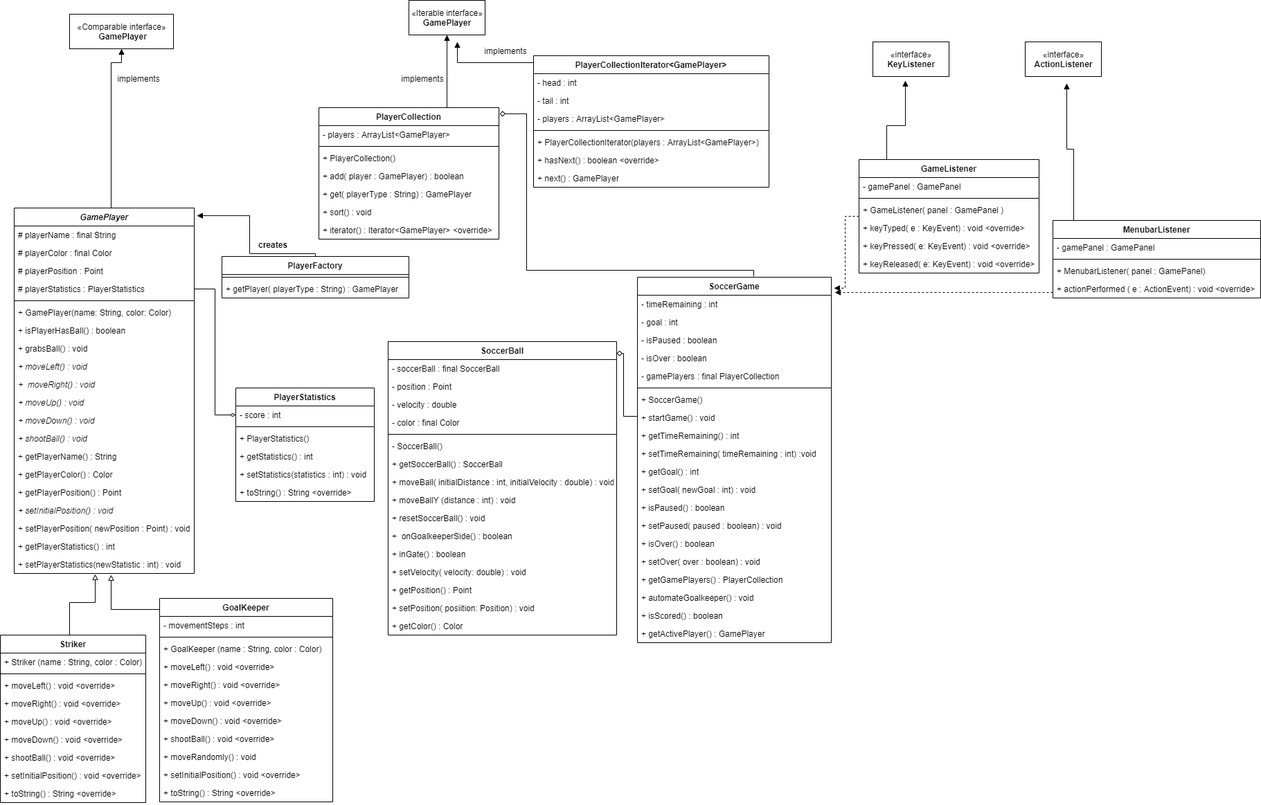
Earlier version of the draw.io export UML-Class-Diagram/miniSoccerGame-uml.drawio.png (kim-boho/MiniSoccorGame-3311-Project2-). Source tidied: cells renumbered, new cells last; positions are measured from the earlier drawing's top-left corner, leaving out a move shared by most shapes.
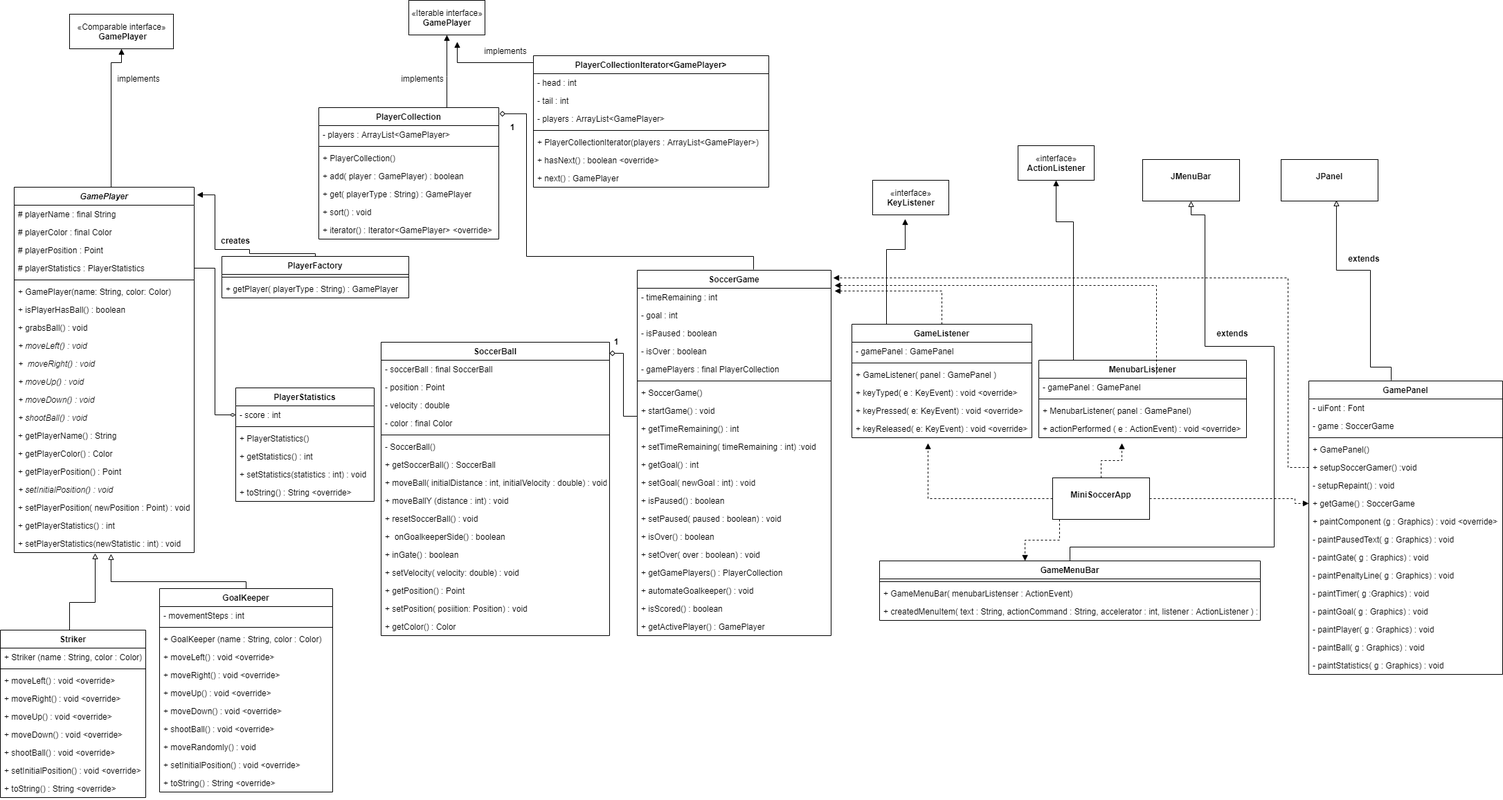
Above is the later version.

Commit message:
updated class diagram

Change to the diagram source:
```diff
@@ -13,3 +13,3 @@
     <mxCell id="3" value="GamePlayer" style="swimlane;fontStyle=3;align=center;verticalAlign=top;horizontal=1;startSize=26;" parent="1" vertex="1">
-      <mxGeometry x="20" y="300" width="260" height="528" as="geometry" />
+      <mxGeometry x="20" y="270" width="260" height="528" as="geometry" />
     </mxCell>
@@ -75,7 +75,7 @@
     </mxCell>
-    <mxCell id="24" style="edgeStyle=orthogonalEdgeStyle;rounded=0;jettySize=auto;html=1;startArrow=none;startFill=0;endArrow=block;endFill=0;" parent="1" edge="1" source="25">
+    <mxCell id="24" style="edgeStyle=orthogonalEdgeStyle;rounded=0;jettySize=auto;html=1;startArrow=none;startFill=0;endArrow=block;endFill=0;entryX=0.538;entryY=1.077;entryDx=0;entryDy=0;entryPerimeter=0;" parent="1" edge="1" source="25" target="23">
       <mxGeometry relative="1" as="geometry">
-        <mxPoint x="160" y="830" as="targetPoint" />
         <Array as="points">
-          <mxPoint x="160" y="880" />
+          <mxPoint x="355" y="840" />
+          <mxPoint x="160" y="840" />
         </Array>
@@ -84,3 +84,3 @@
     <mxCell id="25" value="GoalKeeper" style="swimlane;fontStyle=1;align=center;verticalAlign=top;horizontal=1;startSize=26;" parent="1" vertex="1">
-      <mxGeometry x="230" y="864" width="250" height="294" as="geometry" />
+      <mxGeometry x="230" y="850" width="250" height="294" as="geometry" />
     </mxCell>
@@ -128,3 +128,3 @@
     <mxCell id="38" value="Striker" style="swimlane;fontStyle=1;align=center;verticalAlign=top;horizontal=1;startSize=26;" parent="1" vertex="1">
-      <mxGeometry y="917" width="210" height="242" as="geometry" />
+      <mxGeometry y="910" width="210" height="242" as="geometry" />
     </mxCell>
@@ -237,4 +237,7 @@
         <Array as="points">
+          <mxPoint x="455" y="366" />
           <mxPoint x="360" y="366" />
-          <mxPoint x="360" y="311" />
+          <mxPoint x="360" y="360" />
+          <mxPoint x="310" y="360" />
+          <mxPoint x="310" y="281" />
         </Array>
@@ -252,3 +255,3 @@
     <mxCell id="74" value="creates" style="text;align=center;fontStyle=1;verticalAlign=middle;spacingLeft=3;spacingRight=3;strokeColor=none;" parent="1" vertex="1">
-      <mxGeometry x="354" y="340" width="80" height="26" as="geometry" />
+      <mxGeometry x="300" y="334" width="80" height="26" as="geometry" />
     </mxCell>
@@ -276,3 +279,3 @@
     <mxCell id="82" value="SoccerBall" style="swimlane;fontStyle=1;align=center;verticalAlign=top;horizontal=1;startSize=26;" parent="1" vertex="1">
-      <mxGeometry x="560" y="493" width="330" height="424" as="geometry" />
+      <mxGeometry x="550" y="494" width="330" height="424" as="geometry" />
     </mxCell>
@@ -329,4 +332,4 @@
         <Array as="points">
-          <mxPoint x="1088" y="390" />
-          <mxPoint x="760" y="390" />
+          <mxPoint x="1088" y="370" />
+          <mxPoint x="760" y="370" />
           <mxPoint x="760" y="164" />
@@ -336,3 +339,3 @@
     <mxCell id="100" value="SoccerGame" style="swimlane;fontStyle=1;align=center;verticalAlign=top;horizontal=1;startSize=26;" parent="1" vertex="1">
-      <mxGeometry x="920" y="400" width="280" height="528" as="geometry" />
+      <mxGeometry x="920" y="390" width="280" height="528" as="geometry" />
     </mxCell>
@@ -401,5 +404,4 @@
     </mxCell>
-    <mxCell id="122" style="edgeStyle=orthogonalEdgeStyle;rounded=0;jettySize=auto;html=1;exitX=0;exitY=0.5;exitDx=0;exitDy=0;startArrow=none;startFill=0;endArrow=diamond;endFill=0;" parent="1" edge="1" source="108">
+    <mxCell id="122" style="edgeStyle=orthogonalEdgeStyle;rounded=0;jettySize=auto;html=1;exitX=0;exitY=0.5;exitDx=0;exitDy=0;startArrow=none;startFill=0;endArrow=diamond;endFill=0;" parent="1" edge="1" source="108" target="82">
       <mxGeometry relative="1" as="geometry">
-        <mxPoint x="890" y="510" as="targetPoint" />
         <Array as="points">
@@ -414,7 +416,8 @@
     </mxCell>
-    <mxCell id="124" style="edgeStyle=orthogonalEdgeStyle;rounded=0;jettySize=auto;html=1;entryX=0.427;entryY=1.12;entryDx=0;entryDy=0;entryPerimeter=0;startArrow=none;startFill=0;endArrow=block;endFill=1;" parent="1" edge="1" source="126" target="133">
+    <mxCell id="124" style="edgeStyle=orthogonalEdgeStyle;rounded=0;jettySize=auto;html=1;entryX=0.427;entryY=1.12;entryDx=0;entryDy=0;entryPerimeter=0;startArrow=none;startFill=0;endArrow=block;endFill=1;exitX=0.25;exitY=0;exitDx=0;exitDy=0;" parent="1" edge="1" source="126" target="133">
       <mxGeometry relative="1" as="geometry">
         <Array as="points">
-          <mxPoint x="1280" y="181" />
-          <mxPoint x="1307" y="181" />
+          <mxPoint x="1280" y="468" />
+          <mxPoint x="1280" y="360" />
+          <mxPoint x="1307" y="360" />
         </Array>
@@ -422,7 +425,6 @@
     </mxCell>
-    <mxCell id="125" style="edgeStyle=orthogonalEdgeStyle;rounded=0;jettySize=auto;html=1;entryX=1.014;entryY=0.03;entryDx=0;entryDy=0;entryPerimeter=0;startArrow=none;startFill=0;endArrow=block;endFill=1;dashed=1;" parent="1" edge="1" source="126" target="100">
+    <mxCell id="125" style="edgeStyle=orthogonalEdgeStyle;rounded=0;jettySize=auto;html=1;startArrow=none;startFill=0;endArrow=block;endFill=1;dashed=1;entryX=1.018;entryY=0.154;entryDx=0;entryDy=0;entryPerimeter=0;" parent="1" edge="1" source="126" target="101">
       <mxGeometry relative="1" as="geometry">
         <Array as="points">
-          <mxPoint x="1220" y="312" />
-          <mxPoint x="1220" y="416" />
+          <mxPoint x="1360" y="420" />
         </Array>
@@ -431,3 +433,3 @@
     <mxCell id="126" value="GameListener" style="swimlane;fontStyle=1;align=center;verticalAlign=top;horizontal=1;startSize=26;" parent="1" vertex="1">
-      <mxGeometry x="1240" y="230" width="260" height="164" as="geometry" />
+      <mxGeometry x="1230" y="468" width="260" height="164" as="geometry" />
     </mxCell>
@@ -452,13 +454,12 @@
     <mxCell id="133" value="«interface»&lt;br&gt;&lt;b&gt;KeyListener&lt;/b&gt;" style="html=1;" parent="1" vertex="1">
-      <mxGeometry x="1260" y="60" width="110" height="50" as="geometry" />
+      <mxGeometry x="1260" y="260" width="110" height="50" as="geometry" />
     </mxCell>
     <mxCell id="134" value="«interface»&lt;br&gt;&lt;b&gt;ActionListener&lt;/b&gt;" style="html=1;" parent="1" vertex="1">
-      <mxGeometry x="1480" y="60" width="110" height="50" as="geometry" />
+      <mxGeometry x="1470" y="210" width="110" height="50" as="geometry" />
     </mxCell>
-    <mxCell id="135" style="edgeStyle=orthogonalEdgeStyle;rounded=0;jettySize=auto;html=1;startArrow=none;startFill=0;endArrow=block;endFill=1;" parent="1" edge="1" source="136">
+    <mxCell id="135" style="edgeStyle=orthogonalEdgeStyle;rounded=0;jettySize=auto;html=1;startArrow=none;startFill=0;endArrow=block;endFill=1;entryX=0.5;entryY=1;entryDx=0;entryDy=0;" parent="1" edge="1" source="136" target="134">
       <mxGeometry relative="1" as="geometry">
-        <mxPoint x="1540" y="120" as="targetPoint" />
         <Array as="points">
-          <mxPoint x="1550" y="215" />
-          <mxPoint x="1540" y="215" />
+          <mxPoint x="1550" y="320" />
+          <mxPoint x="1525" y="320" />
         </Array>
@@ -467,3 +468,3 @@
     <mxCell id="136" value="MenubarListener" style="swimlane;fontStyle=1;align=center;verticalAlign=top;horizontal=1;startSize=26;" parent="1" vertex="1">
-      <mxGeometry x="1520" y="318" width="300" height="112" as="geometry" />
+      <mxGeometry x="1500" y="520" width="300" height="112" as="geometry" />
     </mxCell>
@@ -481,7 +482,8 @@
     </mxCell>
-    <mxCell id="141" style="edgeStyle=orthogonalEdgeStyle;rounded=0;jettySize=auto;html=1;entryX=1.018;entryY=-0.154;entryDx=0;entryDy=0;entryPerimeter=0;startArrow=none;startFill=0;endArrow=block;endFill=1;dashed=1;" parent="1" edge="1" source="140" target="101">
+    <mxCell id="141" style="edgeStyle=orthogonalEdgeStyle;rounded=0;jettySize=auto;html=1;entryX=1.018;entryY=-0.154;entryDx=0;entryDy=0;entryPerimeter=0;startArrow=none;startFill=0;endArrow=block;endFill=1;dashed=1;" parent="1" edge="1" target="101">
       <mxGeometry relative="1" as="geometry">
+        <mxPoint x="1670" y="540" as="sourcePoint" />
         <Array as="points">
-          <mxPoint x="1440" y="422" />
-          <mxPoint x="1440" y="422" />
+          <mxPoint x="1360" y="412" />
+          <mxPoint x="1360" y="412" />
         </Array>
@@ -489,2 +491,141 @@
     </mxCell>
+    <mxCell id="142" style="edgeStyle=orthogonalEdgeStyle;rounded=0;jettySize=auto;html=1;endArrow=block;endFill=0;entryX=0.5;entryY=1;entryDx=0;entryDy=0;" parent="1" edge="1" source="143" target="166">
+      <mxGeometry relative="1" as="geometry">
+        <Array as="points">
+          <mxPoint x="1545" y="790" />
+          <mxPoint x="1840" y="790" />
+          <mxPoint x="1840" y="500" />
+          <mxPoint x="1740" y="500" />
+          <mxPoint x="1740" y="310" />
+          <mxPoint x="1720" y="310" />
+        </Array>
+      </mxGeometry>
+    </mxCell>
+    <mxCell id="143" value="GameMenuBar" style="swimlane;fontStyle=1;align=center;verticalAlign=top;horizontal=1;startSize=26;" parent="1" vertex="1">
+      <mxGeometry x="1270" y="810" width="550" height="86" as="geometry" />
+    </mxCell>
+    <mxCell id="144" style="line;strokeWidth=1;fillColor=none;align=left;verticalAlign=middle;spacingTop=-1;spacingLeft=3;spacingRight=3;labelPosition=right;" parent="143" vertex="1">
+      <mxGeometry y="26" width="550" height="8" as="geometry" />
+    </mxCell>
+    <mxCell id="145" value="+ GameMenuBar( menubarListenser : ActionEvent)" style="text;strokeColor=none;fillColor=none;align=left;verticalAlign=top;spacingLeft=4;spacingRight=4;overflow=hidden;" parent="143" vertex="1">
+      <mxGeometry y="34" width="550" height="26" as="geometry" />
+    </mxCell>
+    <mxCell id="146" value="+ createdMenuItem( text : String, actionCommand : String, accelerator : int, listener : ActionListener ) : JMenuItem" style="text;strokeColor=none;fillColor=none;align=left;verticalAlign=top;spacingLeft=4;spacingRight=4;overflow=hidden;" parent="143" vertex="1">
+      <mxGeometry y="60" width="550" height="26" as="geometry" />
+    </mxCell>
+    <mxCell id="147" style="edgeStyle=orthogonalEdgeStyle;rounded=0;jettySize=auto;html=1;endArrow=block;endFill=0;entryX=0.571;entryY=0.983;entryDx=0;entryDy=0;entryPerimeter=0;exitX=0.425;exitY=-0.002;exitDx=0;exitDy=0;exitPerimeter=0;" parent="1" edge="1" source="148" target="165">
+      <mxGeometry relative="1" as="geometry">
+        <Array as="points">
+          <mxPoint x="2009" y="530" />
+          <mxPoint x="1979" y="530" />
+          <mxPoint x="1979" y="390" />
+          <mxPoint x="1930" y="390" />
+        </Array>
+      </mxGeometry>
+    </mxCell>
+    <mxCell id="148" value="GamePanel" style="swimlane;fontStyle=1;align=center;verticalAlign=top;horizontal=1;startSize=26;" parent="1" vertex="1">
+      <mxGeometry x="1890" y="550" width="280" height="424" as="geometry" />
+    </mxCell>
+    <mxCell id="149" value="- uiFont : Font" style="text;strokeColor=none;fillColor=none;align=left;verticalAlign=top;spacingLeft=4;spacingRight=4;overflow=hidden;" parent="148" vertex="1">
+      <mxGeometry y="26" width="280" height="26" as="geometry" />
+    </mxCell>
+    <mxCell id="150" value="- game : SoccerGame" style="text;strokeColor=none;fillColor=none;align=left;verticalAlign=top;spacingLeft=4;spacingRight=4;overflow=hidden;" parent="148" vertex="1">
+      <mxGeometry y="52" width="280" height="26" as="geometry" />
+    </mxCell>
+    <mxCell id="151" style="line;strokeWidth=1;fillColor=none;align=left;verticalAlign=middle;spacingTop=-1;spacingLeft=3;spacingRight=3;labelPosition=right;" parent="148" vertex="1">
+      <mxGeometry y="78" width="280" height="8" as="geometry" />
+    </mxCell>
+    <mxCell id="152" value="+ GamePanel()" style="text;strokeColor=none;fillColor=none;align=left;verticalAlign=top;spacingLeft=4;spacingRight=4;overflow=hidden;" parent="148" vertex="1">
+      <mxGeometry y="86" width="280" height="26" as="geometry" />
+    </mxCell>
+    <mxCell id="153" value="+ setupSoccerGamer() :void" style="text;strokeColor=none;fillColor=none;align=left;verticalAlign=top;spacingLeft=4;spacingRight=4;overflow=hidden;points=[[0,0.5],[1,0.5]];portConstraint=eastwest;" parent="148" vertex="1">
+      <mxGeometry y="112" width="280" height="26" as="geometry" />
+    </mxCell>
+    <mxCell id="154" value="- setupRepaint() : void" style="text;strokeColor=none;fillColor=none;align=left;verticalAlign=top;spacingLeft=4;spacingRight=4;overflow=hidden;" parent="148" vertex="1">
+      <mxGeometry y="138" width="280" height="26" as="geometry" />
+    </mxCell>
+    <mxCell id="155" value="+ getGame() : SoccerGame" style="text;strokeColor=none;fillColor=none;align=left;verticalAlign=top;spacingLeft=4;spacingRight=4;overflow=hidden;points=[[0,0.5],[1,0.5]];portConstraint=eastwest;" parent="148" vertex="1">
+      <mxGeometry y="164" width="280" height="26" as="geometry" />
+    </mxCell>
+    <mxCell id="156" value="+ paintComponent (g : Graphics) : void &lt;override&gt;" style="text;strokeColor=none;fillColor=none;align=left;verticalAlign=top;spacingLeft=4;spacingRight=4;overflow=hidden;" parent="148" vertex="1">
+      <mxGeometry y="190" width="280" height="26" as="geometry" />
+    </mxCell>
+    <mxCell id="157" value="- paintPausedText( g : Graphics) : void" style="text;strokeColor=none;fillColor=none;align=left;verticalAlign=top;spacingLeft=4;spacingRight=4;overflow=hidden;" parent="148" vertex="1">
+      <mxGeometry y="216" width="280" height="26" as="geometry" />
+    </mxCell>
+    <mxCell id="158" value="- paintGate( g : Graphics) : void" style="text;strokeColor=none;fillColor=none;align=left;verticalAlign=top;spacingLeft=4;spacingRight=4;overflow=hidden;" parent="148" vertex="1">
+      <mxGeometry y="242" width="280" height="26" as="geometry" />
+    </mxCell>
+    <mxCell id="159" value="- paintPenaltyLine( g : Graphics) : void" style="text;strokeColor=none;fillColor=none;align=left;verticalAlign=top;spacingLeft=4;spacingRight=4;overflow=hidden;" parent="148" vertex="1">
+      <mxGeometry y="268" width="280" height="26" as="geometry" />
+    </mxCell>
+    <mxCell id="160" value="- paintTimer( g :Graphics) : void" style="text;strokeColor=none;fillColor=none;align=left;verticalAlign=top;spacingLeft=4;spacingRight=4;overflow=hidden;" parent="148" vertex="1">
+      <mxGeometry y="294" width="280" height="26" as="geometry" />
+    </mxCell>
+    <mxCell id="161" value="- paintGoal( g : Graphics) : void" style="text;strokeColor=none;fillColor=none;align=left;verticalAlign=top;spacingLeft=4;spacingRight=4;overflow=hidden;" parent="148" vertex="1">
+      <mxGeometry y="320" width="280" height="26" as="geometry" />
+    </mxCell>
+    <mxCell id="162" value="- paintPlayer( g : Graphics) : void" style="text;strokeColor=none;fillColor=none;align=left;verticalAlign=top;spacingLeft=4;spacingRight=4;overflow=hidden;" parent="148" vertex="1">
+      <mxGeometry y="346" width="280" height="26" as="geometry" />
+    </mxCell>
+    <mxCell id="163" value="- paintBall( g : Graphics) : void" style="text;strokeColor=none;fillColor=none;align=left;verticalAlign=top;spacingLeft=4;spacingRight=4;overflow=hidden;" parent="148" vertex="1">
+      <mxGeometry y="372" width="280" height="26" as="geometry" />
+    </mxCell>
+    <mxCell id="164" value="- paintStatistics( g : Graphics) : void" style="text;strokeColor=none;fillColor=none;align=left;verticalAlign=top;spacingLeft=4;spacingRight=4;overflow=hidden;" parent="148" vertex="1">
+      <mxGeometry y="398" width="280" height="26" as="geometry" />
+    </mxCell>
+    <mxCell id="165" value="&lt;p style=&quot;margin: 0px ; margin-top: 4px ; text-align: center&quot;&gt;&lt;br&gt;&lt;b&gt;JPanel&lt;/b&gt;&lt;/p&gt;" style="verticalAlign=top;align=left;overflow=fill;fontSize=12;fontFamily=Helvetica;html=1;" parent="1" vertex="1">
+      <mxGeometry x="1850" y="230" width="140" height="60" as="geometry" />
+    </mxCell>
+    <mxCell id="166" value="&lt;p style=&quot;margin: 0px ; margin-top: 4px ; text-align: center&quot;&gt;&lt;br&gt;&lt;b&gt;JMenuBar&lt;/b&gt;&lt;/p&gt;" style="verticalAlign=top;align=left;overflow=fill;fontSize=12;fontFamily=Helvetica;html=1;" parent="1" vertex="1">
+      <mxGeometry x="1650" y="230" width="140" height="60" as="geometry" />
+    </mxCell>
+    <mxCell id="167" value="extends" style="text;align=center;fontStyle=1;verticalAlign=middle;spacingLeft=3;spacingRight=3;strokeColor=none;" parent="1" vertex="1">
+      <mxGeometry x="1930" y="360" width="80" height="26" as="geometry" />
+    </mxCell>
+    <mxCell id="168" value="extends" style="text;align=center;fontStyle=1;verticalAlign=middle;spacingLeft=3;spacingRight=3;strokeColor=none;" parent="1" vertex="1">
+      <mxGeometry x="1740" y="468" width="80" height="26" as="geometry" />
+    </mxCell>
+    <mxCell id="169" style="edgeStyle=orthogonalEdgeStyle;rounded=0;jettySize=auto;html=1;endArrow=block;endFill=1;dashed=1;entryX=1.011;entryY=0.021;entryDx=0;entryDy=0;entryPerimeter=0;exitX=0;exitY=0.5;exitDx=0;exitDy=0;" parent="1" edge="1" source="153" target="100">
+      <mxGeometry relative="1" as="geometry">
+        <Array as="points">
+          <mxPoint x="1860" y="401" />
+        </Array>
+      </mxGeometry>
+    </mxCell>
+    <mxCell id="170" style="edgeStyle=orthogonalEdgeStyle;rounded=0;jettySize=auto;html=1;entryX=0;entryY=0.5;entryDx=0;entryDy=0;dashed=1;endArrow=block;endFill=1;" parent="1" edge="1" source="174" target="155">
+      <mxGeometry relative="1" as="geometry">
+        <Array as="points">
+          <mxPoint x="1870" y="720" />
+          <mxPoint x="1870" y="727" />
+        </Array>
+      </mxGeometry>
+    </mxCell>
+    <mxCell id="171" style="edgeStyle=orthogonalEdgeStyle;rounded=0;jettySize=auto;html=1;dashed=1;endArrow=block;endFill=1;" parent="1" edge="1" source="174">
+      <mxGeometry relative="1" as="geometry">
+        <mxPoint x="1620" y="640" as="targetPoint" />
+      </mxGeometry>
+    </mxCell>
+    <mxCell id="172" style="edgeStyle=orthogonalEdgeStyle;rounded=0;jettySize=auto;html=1;dashed=1;endArrow=block;endFill=1;" parent="1" edge="1" source="174">
+      <mxGeometry relative="1" as="geometry">
+        <mxPoint x="1340" y="640" as="targetPoint" />
+      </mxGeometry>
+    </mxCell>
+    <mxCell id="173" style="edgeStyle=orthogonalEdgeStyle;rounded=0;jettySize=auto;html=1;entryX=0.382;entryY=0;entryDx=0;entryDy=0;entryPerimeter=0;dashed=1;endArrow=block;endFill=1;" parent="1" edge="1" source="174" target="143">
+      <mxGeometry relative="1" as="geometry">
+        <Array as="points">
+          <mxPoint x="1530" y="780" />
+          <mxPoint x="1480" y="780" />
+        </Array>
+      </mxGeometry>
+    </mxCell>
+    <mxCell id="174" value="&lt;p style=&quot;margin: 0px ; margin-top: 4px ; text-align: center&quot;&gt;&lt;br&gt;&lt;b&gt;MiniSoccerApp&lt;/b&gt;&lt;/p&gt;" style="verticalAlign=top;align=left;overflow=fill;fontSize=12;fontFamily=Helvetica;html=1;" parent="1" vertex="1">
+      <mxGeometry x="1520" y="690" width="140" height="60" as="geometry" />
+    </mxCell>
+    <mxCell id="175" value="1" style="text;align=center;fontStyle=1;verticalAlign=middle;spacingLeft=3;spacingRight=3;strokeColor=none;" parent="1" vertex="1">
+      <mxGeometry x="730" y="170" width="20" height="26" as="geometry" />
+    </mxCell>
+    <mxCell id="176" value="1" style="text;align=center;fontStyle=1;verticalAlign=middle;spacingLeft=3;spacingRight=3;strokeColor=none;" parent="1" vertex="1">
+      <mxGeometry x="880" y="480" width="20" height="26" as="geometry" />
+    </mxCell>
   </root>
```
